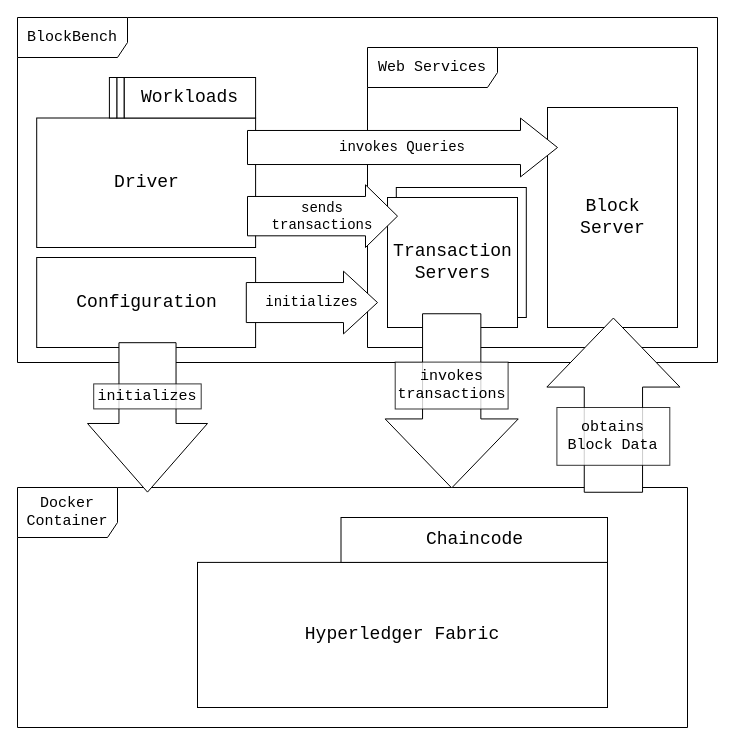
The draw.io diagram diagrams/BlockbenchArchitectureDetailed.drawio in David-Sat/blockbench-setup, before the edit. Source tidied: cells renumbered, new cells numbered last; positions are measured from the earlier drawing's top-left corner, leaving out a move shared by most shapes. Both pictures are drawn from the tidied source at 100%, with x=0, y=0 at pixel (17, 17).
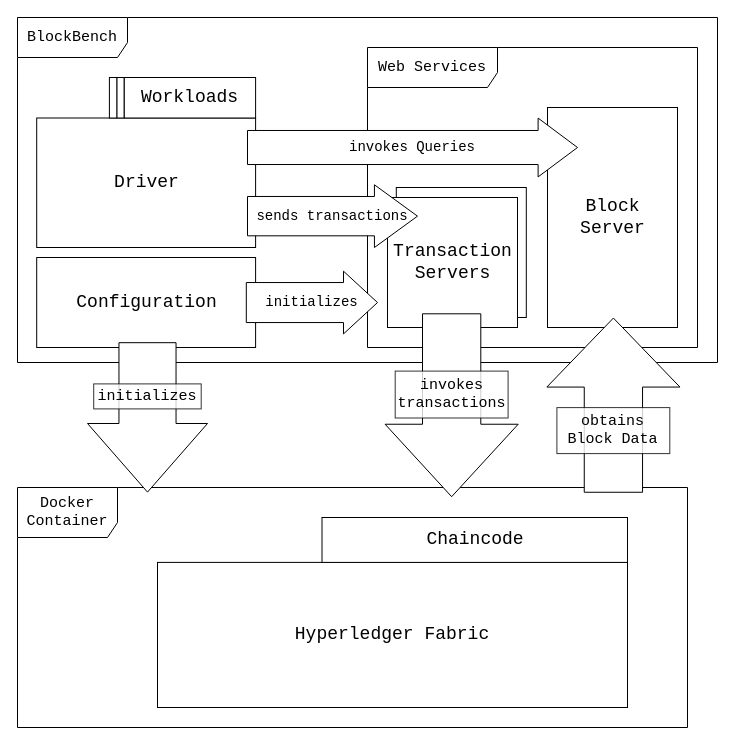
Above is the later version.

Unchanged cells that the change refers to:
```xml
<mxCell id="16" style="group;rotation=-180;" parent="1" vertex="1">
  <mxGeometry x="508.8" y="296.1" width="151.2" height="195" as="geometry" />
</mxCell>
```

Change to the diagram source:
```diff
@@
     <mxCell id="8" style="group;" parent="1" vertex="1">
-      <mxGeometry x="180" y="500" width="410" height="190" as="geometry" />
+      <mxGeometry x="140" y="500" width="470" height="190" as="geometry" />
     </mxCell>
     <mxCell id="9" value="Hyperledger Fabric" style="rounded=0;whiteSpace=wrap;html=1;strokeWidth=1;fontFamily=Courier New;fontSize=18;" parent="8" vertex="1">
-      <mxGeometry y="44.9" width="410" height="145.1" as="geometry" />
+      <mxGeometry y="44.9" width="470" height="145.1" as="geometry" />
     </mxCell>
     <mxCell id="10" value="Chaincode" style="rounded=0;whiteSpace=wrap;html=1;strokeWidth=1;fontFamily=Courier New;fontSize=18;" parent="8" vertex="1">
-      <mxGeometry x="143.5" width="266.5" height="44.9" as="geometry" />
+      <mxGeometry x="164.5" width="305.5" height="44.9" as="geometry" />
     </mxCell>
@@
     <mxCell id="12" style="group;" parent="1" vertex="1">
-      <mxGeometry x="370" y="279.6" width="151.2" height="195" as="geometry" />
+      <mxGeometry x="370" y="279.6" width="155.6" height="195" as="geometry" />
     </mxCell>
     <mxCell id="13" style="shape=singleArrow;whiteSpace=wrap;html=1;arrowWidth=0.4380680537820205;arrowSize=0.3961969836165981;rotation=90;strokeWidth=1;fontFamily=Courier New;fontSize=18;" parent="12" vertex="1">
-      <mxGeometry x="-22.9" y="37.2" width="174.2" height="133.1" as="geometry" />
+      <mxGeometry x="-27.3" y="41.6" width="182.9" height="133.1" as="geometry" />
     </mxCell>
     <mxCell id="14" value="invokes transactions " style="rounded=0;whiteSpace=wrap;html=1;sketch=0;strokeWidth=1;gradientColor=none;fontFamily=Courier New;fontSize=15;opacity=80;" parent="12" vertex="1">
-      <mxGeometry x="7.7" y="65" width="112.9" height="46.9" as="geometry" />
+      <mxGeometry x="7.7" y="74" width="112.9" height="46.9" as="geometry" />
     </mxCell>
@@
     <mxCell id="18" value="obtains Block Data" style="rounded=0;whiteSpace=wrap;html=1;sketch=0;strokeWidth=1;gradientColor=none;fontFamily=Courier New;fontSize=15;opacity=80;" parent="16" vertex="1">
-      <mxGeometry x="30.6" y="93.9" width="112.9" height="57.8" as="geometry" />
+      <mxGeometry x="30.6" y="94" width="112.9" height="46" as="geometry" />
     </mxCell>
@@
     <mxCell id="26" value="&lt;div&gt;invokes Queries&lt;br&gt;&lt;/div&gt;" style="shape=singleArrow;whiteSpace=wrap;html=1;arrowWidth=0.5788936170212764;arrowSize=0.11935483870967742;strokeWidth=1;fontFamily=Courier New;fontSize=14;align=center;" parent="1" vertex="1">
-      <mxGeometry x="230" y="100.6" width="310" height="58.8" as="geometry" />
+      <mxGeometry x="230" y="100.6" width="330" height="58.8" as="geometry" />
     </mxCell>
@@
-    <mxCell id="30" value="&lt;div style=&quot;font-size: 14px&quot; align=&quot;center&quot;&gt;sends transactions&lt;br style=&quot;font-size: 14px&quot;&gt;&lt;/div&gt;" style="shape=singleArrow;whiteSpace=wrap;html=1;arrowWidth=0.6275730014360954;arrowSize=0.21333333333333335;strokeWidth=1;fontFamily=Courier New;fontSize=14;align=center;" parent="1" vertex="1">
-      <mxGeometry x="230" y="167.3" width="150" height="62.7" as="geometry" />
+    <mxCell id="30" value="&lt;div style=&quot;font-size: 14px&quot; align=&quot;center&quot;&gt;sends transactions&lt;br style=&quot;font-size: 14px&quot;&gt;&lt;/div&gt;" style="shape=singleArrow;whiteSpace=wrap;html=1;arrowWidth=0.6275730014360954;arrowSize=0.25333333333333335;strokeWidth=1;fontFamily=Courier New;fontSize=14;align=center;" parent="1" vertex="1">
+      <mxGeometry x="230" y="167.3" width="170" height="62.7" as="geometry" />
     </mxCell>
```
